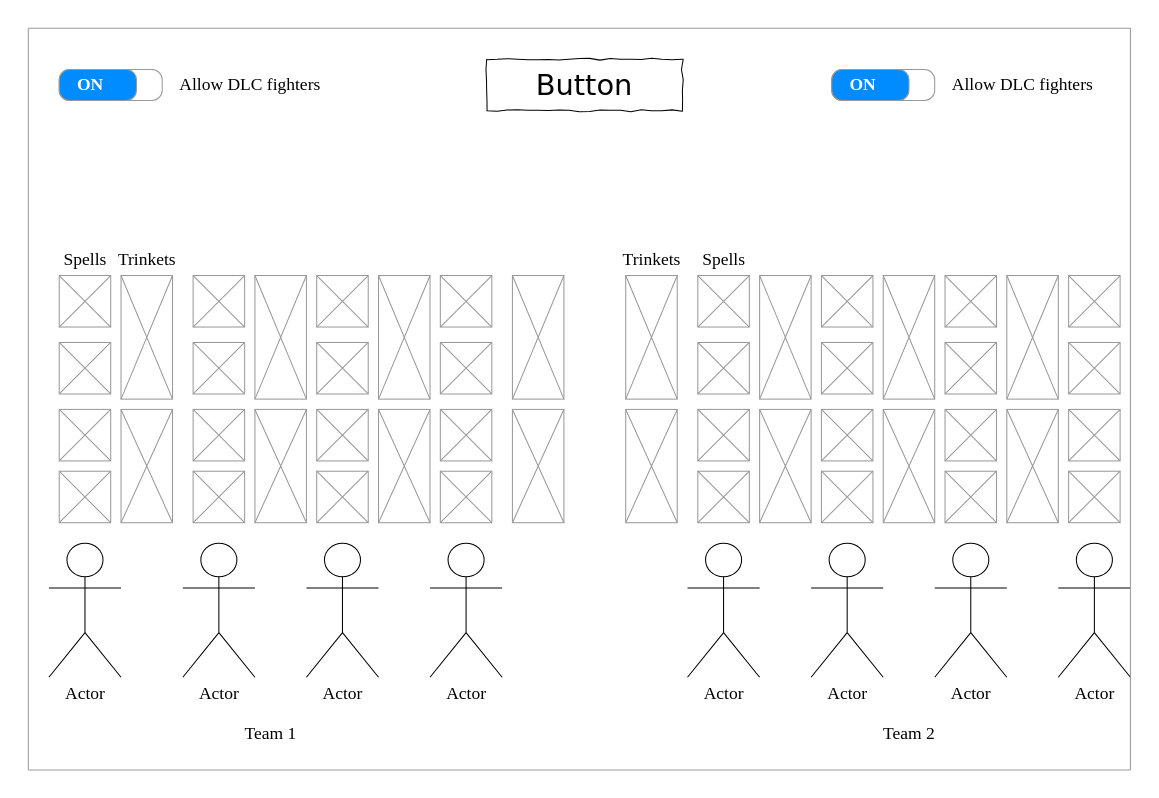
Above: исходники/randomMocap.drawio in raik199x/SDTT (draw.io), before the change. Source tidied: cells renumbered, new cells numbered last; positions are measured from the earlier drawing's top-left corner, leaving out a move shared by most shapes. Both pictures are drawn from the tidied source at 103%, with x=0, y=0 at pixel (18, 18).
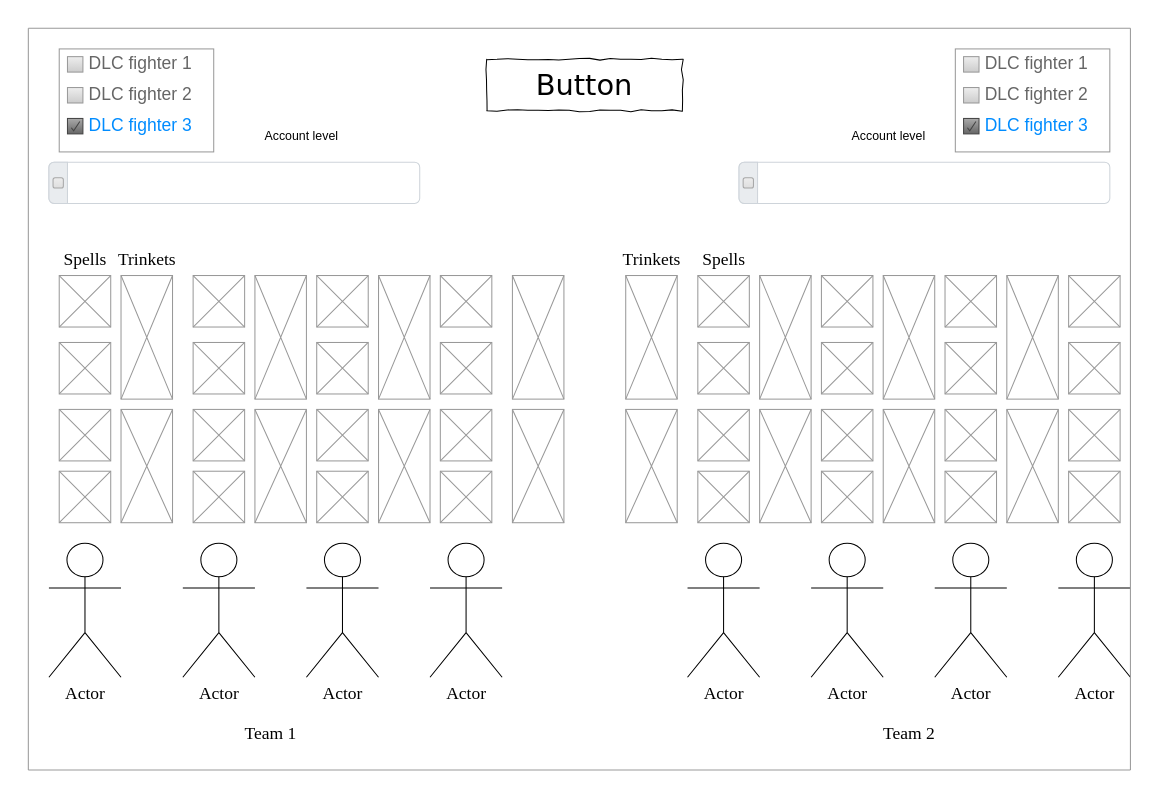
The same page after the edit.

The edit, as a diff of the source:
```diff
@@
-    <mxCell id="13" value="ON" style="strokeWidth=1;shadow=0;dashed=0;align=center;html=1;shape=mxgraph.mockup.buttons.onOffButton;gradientColor=none;strokeColor=#999999;buttonState=on;fillColor2=#008cff;fontColor=#ffffff;fontSize=17;mainText=;spacingRight=40;fontStyle=1;fontFamily=Times New Roman;" parent="1" vertex="1">
-      <mxGeometry x="40" y="50" width="100" height="30" as="geometry" />
-    </mxCell>
-    <mxCell id="14" value="Allow DLC fighters" style="text;html=1;align=center;verticalAlign=middle;strokeColor=none;fillColor=none;fontSize=17;fontFamily=Times New Roman;" parent="1" vertex="1">
-      <mxGeometry x="145" y="50" width="160" height="30" as="geometry" />
-    </mxCell>
-    <mxCell id="15" value="ON" style="strokeWidth=1;shadow=0;dashed=0;align=center;html=1;shape=mxgraph.mockup.buttons.onOffButton;gradientColor=none;strokeColor=#999999;buttonState=on;fillColor2=#008cff;fontColor=#ffffff;fontSize=17;mainText=;spacingRight=40;fontStyle=1;fontFamily=Times New Roman;" parent="1" vertex="1">
-      <mxGeometry x="790" y="50" width="100" height="30" as="geometry" />
-    </mxCell>
-    <mxCell id="16" value="Allow DLC fighters" style="text;html=1;align=center;verticalAlign=middle;strokeColor=none;fillColor=none;fontSize=17;fontFamily=Times New Roman;" parent="1" vertex="1">
-      <mxGeometry x="895" y="50" width="160" height="30" as="geometry" />
-    </mxCell>
@@
+    <mxCell id="73" style="strokeWidth=1;shadow=0;dashed=0;align=center;html=1;shape=mxgraph.mockup.forms.rrect;rSize=0;strokeColor=#999999;fillColor=#ffffff;" parent="1" vertex="1">
+      <mxGeometry x="40" y="30" width="150" height="100" as="geometry" />
+    </mxCell>
+    <mxCell id="74" value="DLC fighter 1" style="strokeWidth=1;shadow=0;dashed=0;align=center;html=1;shape=mxgraph.mockup.forms.rrect;rSize=0;fillColor=#eeeeee;strokeColor=#999999;gradientColor=#cccccc;align=left;spacingLeft=4;fontSize=17;fontColor=#666666;labelPosition=right;" parent="73" vertex="1">
+      <mxGeometry x="8" y="7.5" width="15" height="15" as="geometry" />
+    </mxCell>
+    <mxCell id="75" value="DLC fighter 2" style="strokeWidth=1;shadow=0;dashed=0;align=center;html=1;shape=mxgraph.mockup.forms.rrect;rSize=0;fillColor=#eeeeee;strokeColor=#999999;gradientColor=#cccccc;align=left;spacingLeft=4;fontSize=17;fontColor=#666666;labelPosition=right;" parent="73" vertex="1">
+      <mxGeometry x="8" y="37.5" width="15" height="15" as="geometry" />
+    </mxCell>
+    <mxCell id="76" value="DLC fighter 3" style="strokeWidth=1;shadow=0;dashed=0;align=center;html=1;shape=mxgraph.mockup.forms.checkbox;rSize=0;fillColor=#aaaaaa;strokeColor=#444444;gradientColor=#666666;align=left;spacingLeft=4;fontSize=17;fontColor=#008cff;labelPosition=right;" parent="73" vertex="1">
+      <mxGeometry x="8" y="67.5" width="15" height="15" as="geometry" />
+    </mxCell>
+    <mxCell id="77" style="strokeWidth=1;shadow=0;dashed=0;align=center;html=1;shape=mxgraph.mockup.forms.rrect;rSize=0;strokeColor=#999999;fillColor=#ffffff;" parent="1" vertex="1">
+      <mxGeometry x="910" y="30" width="150" height="100" as="geometry" />
+    </mxCell>
+    <mxCell id="78" value="DLC fighter 1" style="strokeWidth=1;shadow=0;dashed=0;align=center;html=1;shape=mxgraph.mockup.forms.rrect;rSize=0;fillColor=#eeeeee;strokeColor=#999999;gradientColor=#cccccc;align=left;spacingLeft=4;fontSize=17;fontColor=#666666;labelPosition=right;" parent="77" vertex="1">
+      <mxGeometry x="8" y="7.5" width="15" height="15" as="geometry" />
+    </mxCell>
+    <mxCell id="79" value="DLC fighter 2" style="strokeWidth=1;shadow=0;dashed=0;align=center;html=1;shape=mxgraph.mockup.forms.rrect;rSize=0;fillColor=#eeeeee;strokeColor=#999999;gradientColor=#cccccc;align=left;spacingLeft=4;fontSize=17;fontColor=#666666;labelPosition=right;" parent="77" vertex="1">
+      <mxGeometry x="8" y="37.5" width="15" height="15" as="geometry" />
+    </mxCell>
+    <mxCell id="80" value="DLC fighter 3" style="strokeWidth=1;shadow=0;dashed=0;align=center;html=1;shape=mxgraph.mockup.forms.checkbox;rSize=0;fillColor=#aaaaaa;strokeColor=#444444;gradientColor=#666666;align=left;spacingLeft=4;fontSize=17;fontColor=#008cff;labelPosition=right;" parent="77" vertex="1">
+      <mxGeometry x="8" y="67.5" width="15" height="15" as="geometry" />
+    </mxCell>
+    <mxCell id="81" style="html=1;shadow=0;dashed=0;shape=mxgraph.bootstrap.rrect;rSize=5;strokeColor=#CED4DA;html=1;whiteSpace=wrap;fillColor=#FFFFFF;fontColor=#7D868C;align=left;spacing=15;spacingLeft=40;fontSize=14;" parent="1" vertex="1">
+      <mxGeometry x="30" y="140" width="360" height="40" as="geometry" />
+    </mxCell>
+    <mxCell id="82" style="html=1;shadow=0;dashed=0;shape=mxgraph.bootstrap.leftButton;strokeColor=inherit;gradientColor=inherit;fontColor=inherit;fillColor=#E9ECEF;rSize=5;perimeter=none;whiteSpace=wrap;fontSize=14;" parent="81" vertex="1">
+      <mxGeometry width="18" height="40" as="geometry" />
+    </mxCell>
+    <mxCell id="83" style="html=1;shadow=0;dashed=0;shape=mxgraph.bootstrap.checkbox2;labelPosition=right;verticalLabelPosition=middle;align=left;verticalAlign=middle;gradientColor=#DEDEDE;fillColor=#EDEDED;strokeColor=#A6A6A6;checked=0;spacing=5;checkedFill=#0085FC;checkedStroke=#ffffff;" parent="82" vertex="1">
+      <mxGeometry x="0.5" y="0.5" width="10" height="10" relative="1" as="geometry">
+        <mxPoint x="-5" y="-5" as="offset" />
+      </mxGeometry>
+    </mxCell>
+    <mxCell id="84" value="Account level" style="text;html=1;align=center;verticalAlign=middle;strokeColor=none;fillColor=none;" parent="1" vertex="1">
+      <mxGeometry x="230" y="100" width="90" height="30" as="geometry" />
+    </mxCell>
+    <mxCell id="85" value="Account level" style="text;html=1;align=center;verticalAlign=middle;strokeColor=none;fillColor=none;" parent="1" vertex="1">
+      <mxGeometry x="800" y="100" width="90" height="30" as="geometry" />
+    </mxCell>
+    <mxCell id="86" style="html=1;shadow=0;dashed=0;shape=mxgraph.bootstrap.rrect;rSize=5;strokeColor=#CED4DA;html=1;whiteSpace=wrap;fillColor=#FFFFFF;fontColor=#7D868C;align=left;spacing=15;spacingLeft=40;fontSize=14;" parent="1" vertex="1">
+      <mxGeometry x="700" y="140" width="360" height="40" as="geometry" />
+    </mxCell>
+    <mxCell id="87" style="html=1;shadow=0;dashed=0;shape=mxgraph.bootstrap.leftButton;strokeColor=inherit;gradientColor=inherit;fontColor=inherit;fillColor=#E9ECEF;rSize=5;perimeter=none;whiteSpace=wrap;fontSize=14;" parent="86" vertex="1">
+      <mxGeometry width="18" height="40" as="geometry" />
+    </mxCell>
+    <mxCell id="88" style="html=1;shadow=0;dashed=0;shape=mxgraph.bootstrap.checkbox2;labelPosition=right;verticalLabelPosition=middle;align=left;verticalAlign=middle;gradientColor=#DEDEDE;fillColor=#EDEDED;strokeColor=#A6A6A6;checked=0;spacing=5;checkedFill=#0085FC;checkedStroke=#ffffff;" parent="87" vertex="1">
+      <mxGeometry x="0.5" y="0.5" width="10" height="10" relative="1" as="geometry">
+        <mxPoint x="-5" y="-5" as="offset" />
+      </mxGeometry>
+    </mxCell>
```
